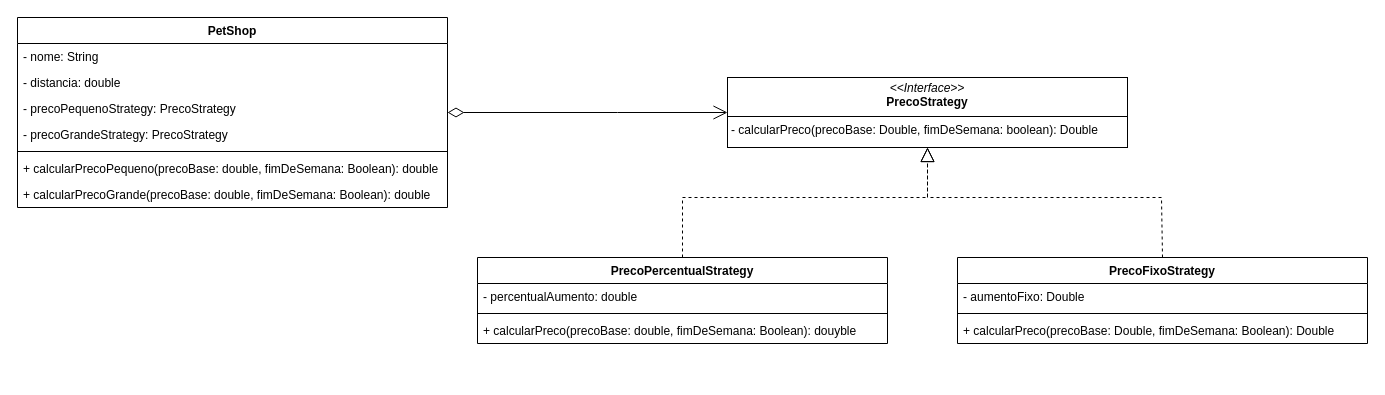
The draw.io diagram docs/diagrama.drawio in oarthurfc/petShop, before the edit. Source tidied: cells renumbered, new cells numbered last; positions are measured from the earlier drawing's top-left corner, leaving out a move shared by most shapes. Both pictures are drawn from the tidied source at 100%, with x=0, y=0 at pixel (17, 17).
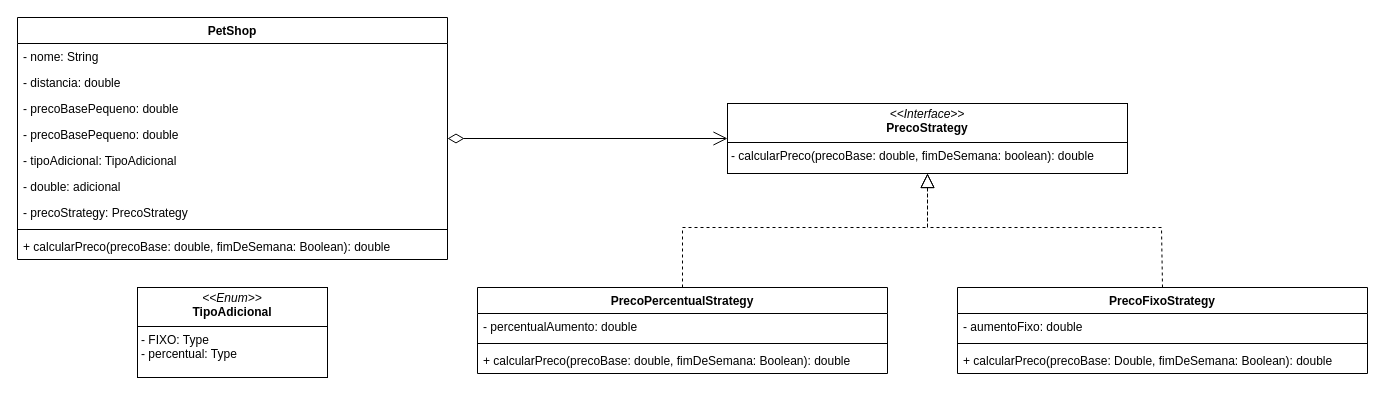
Above is the later version.

Diff of the diagram source:
```diff
@@
-    <mxCell id="2" value="&lt;p style=&quot;margin:0px;margin-top:4px;text-align:center;&quot;&gt;&lt;i&gt;&amp;lt;&amp;lt;Interface&amp;gt;&amp;gt;&lt;/i&gt;&lt;br&gt;&lt;b&gt;PrecoStrategy&lt;/b&gt;&lt;/p&gt;&lt;hr size=&quot;1&quot; style=&quot;border-style:solid;&quot;&gt;&lt;p style=&quot;margin:0px;margin-left:4px;&quot;&gt;- calcularPreco(precoBase: Double, fimDeSemana: boolean): Double&lt;br&gt;&lt;/p&gt;" style="verticalAlign=top;align=left;overflow=fill;html=1;whiteSpace=wrap;" parent="1" vertex="1">
-      <mxGeometry x="710" y="60" width="400" height="70" as="geometry" />
+    <mxCell id="2" value="&lt;p style=&quot;margin:0px;margin-top:4px;text-align:center;&quot;&gt;&lt;i&gt;&amp;lt;&amp;lt;Interface&amp;gt;&amp;gt;&lt;/i&gt;&lt;br&gt;&lt;b&gt;PrecoStrategy&lt;/b&gt;&lt;/p&gt;&lt;hr size=&quot;1&quot; style=&quot;border-style:solid;&quot;&gt;&lt;p style=&quot;margin:0px;margin-left:4px;&quot;&gt;- calcularPreco(precoBase: double, fimDeSemana: boolean): double&lt;br&gt;&lt;/p&gt;" style="verticalAlign=top;align=left;overflow=fill;html=1;whiteSpace=wrap;" parent="1" vertex="1">
+      <mxGeometry x="710" y="86" width="400" height="70" as="geometry" />
     </mxCell>
     <mxCell id="3" value="PrecoPercentualStrategy" style="swimlane;fontStyle=1;align=center;verticalAlign=top;horizontal=1;startSize=26;whiteSpace=wrap;html=1;" parent="1" vertex="1">
-      <mxGeometry x="460" y="240" width="410" height="86" as="geometry" />
+      <mxGeometry x="460" y="270" width="410" height="86" as="geometry" />
     </mxCell>
@@
-    <mxCell id="6" value="+ calcularPreco(precoBase: double, fimDeSemana: Boolean): douyble" style="text;strokeColor=none;fillColor=none;align=left;verticalAlign=top;spacingLeft=4;spacingRight=4;overflow=hidden;whiteSpace=wrap;html=1;" parent="3" vertex="1">
+    <mxCell id="6" value="+ calcularPreco(precoBase: double, fimDeSemana: Boolean): double" style="text;strokeColor=none;fillColor=none;align=left;verticalAlign=top;spacingLeft=4;spacingRight=4;overflow=hidden;whiteSpace=wrap;html=1;" parent="3" vertex="1">
       <mxGeometry y="60" width="410" height="26" as="geometry" />
     </mxCell>
     <mxCell id="7" value="PrecoFixoStrategy" style="swimlane;fontStyle=1;align=center;verticalAlign=top;horizontal=1;startSize=26;whiteSpace=wrap;html=1;" parent="1" vertex="1">
-      <mxGeometry x="940" y="240" width="410" height="86" as="geometry" />
+      <mxGeometry x="940" y="270" width="410" height="86" as="geometry" />
     </mxCell>
-    <mxCell id="8" value="&lt;span class=&quot;hljs-keyword&quot;&gt;-&lt;/span&gt;&amp;nbsp;aumentoFixo: D&lt;span class=&quot;hljs-type&quot;&gt;ouble&lt;/span&gt;" style="text;strokeColor=none;fillColor=none;align=left;verticalAlign=top;spacingLeft=4;spacingRight=4;overflow=hidden;whiteSpace=wrap;html=1;" parent="7" vertex="1">
+    <mxCell id="8" value="&lt;span class=&quot;hljs-keyword&quot;&gt;-&lt;/span&gt;&amp;nbsp;aumentoFixo: double" style="text;strokeColor=none;fillColor=none;align=left;verticalAlign=top;spacingLeft=4;spacingRight=4;overflow=hidden;whiteSpace=wrap;html=1;" parent="7" vertex="1">
       <mxGeometry y="26" width="410" height="26" as="geometry" />
     </mxCell>
@@
-    <mxCell id="10" value="+ calcularPreco(precoBase: Double, fimDeSemana: Boolean): Double" style="text;strokeColor=none;fillColor=none;align=left;verticalAlign=top;spacingLeft=4;spacingRight=4;overflow=hidden;whiteSpace=wrap;html=1;" parent="7" vertex="1">
+    <mxCell id="10" value="+ calcularPreco(precoBase: Double, fimDeSemana: Boolean): double" style="text;strokeColor=none;fillColor=none;align=left;verticalAlign=top;spacingLeft=4;spacingRight=4;overflow=hidden;whiteSpace=wrap;html=1;" parent="7" vertex="1">
       <mxGeometry y="60" width="410" height="26" as="geometry" />
     </mxCell>
     <mxCell id="11" style="endArrow=block;dashed=1;endFill=0;endSize=12;html=1;rounded=0;exitX=0.5;exitY=0;exitDx=0;exitDy=0;entryX=0.5;entryY=1;entryDx=0;entryDy=0;" parent="1" edge="1" source="3" target="2">
       <mxGeometry relative="1" as="geometry">
         <Array as="points">
-          <mxPoint x="665" y="180" />
-          <mxPoint x="910" y="180" />
+          <mxPoint x="665" y="210" />
+          <mxPoint x="910" y="210" />
         </Array>
       </mxGeometry>
     </mxCell>
     <mxCell id="12" style="endArrow=block;dashed=1;endFill=0;endSize=12;html=1;rounded=0;entryX=0.5;entryY=1;entryDx=0;entryDy=0;exitX=0.5;exitY=0;exitDx=0;exitDy=0;" parent="1" edge="1" source="7" target="2">
       <mxGeometry relative="1" as="geometry">
         <Array as="points">
-          <mxPoint x="1144" y="180" />
-          <mxPoint x="910" y="180" />
+          <mxPoint x="1144" y="210" />
+          <mxPoint x="910" y="210" />
         </Array>
       </mxGeometry>
     </mxCell>
     <mxCell id="13" value="PetShop" style="swimlane;fontStyle=1;align=center;verticalAlign=top;horizontal=1;startSize=26;whiteSpace=wrap;html=1;" parent="1" vertex="1">
-      <mxGeometry width="430" height="190" as="geometry" />
+      <mxGeometry width="430" height="242" as="geometry" />
     </mxCell>
@@
-    <mxCell id="16" value="- precoPequenoStrategy: PrecoStrategy" style="text;strokeColor=none;fillColor=none;align=left;verticalAlign=top;spacingLeft=4;spacingRight=4;overflow=hidden;whiteSpace=wrap;html=1;" parent="13" vertex="1">
+    <mxCell id="16" value="- precoBasePequeno: double" style="text;strokeColor=none;fillColor=none;align=left;verticalAlign=top;spacingLeft=4;spacingRight=4;overflow=hidden;whiteSpace=wrap;html=1;" parent="13" vertex="1">
       <mxGeometry y="78" width="430" height="26" as="geometry" />
     </mxCell>
-    <mxCell id="17" value="- precoGrandeStrategy: PrecoStrategy" style="text;strokeColor=none;fillColor=none;align=left;verticalAlign=top;spacingLeft=4;spacingRight=4;overflow=hidden;whiteSpace=wrap;html=1;" parent="13" vertex="1">
+    <mxCell id="17" value="- precoBasePequeno: double" style="text;strokeColor=none;fillColor=none;align=left;verticalAlign=top;spacingLeft=4;spacingRight=4;overflow=hidden;whiteSpace=wrap;html=1;" parent="13" vertex="1">
       <mxGeometry y="104" width="430" height="26" as="geometry" />
     </mxCell>
+    <mxCell id="22" value="- tipoAdicional: TipoAdicional" style="text;strokeColor=none;fillColor=none;align=left;verticalAlign=top;spacingLeft=4;spacingRight=4;overflow=hidden;whiteSpace=wrap;html=1;" parent="13" vertex="1">
+      <mxGeometry y="130" width="430" height="26" as="geometry" />
+    </mxCell>
+    <mxCell id="23" value="- double: adicional" style="text;strokeColor=none;fillColor=none;align=left;verticalAlign=top;spacingLeft=4;spacingRight=4;overflow=hidden;whiteSpace=wrap;html=1;" parent="13" vertex="1">
+      <mxGeometry y="156" width="430" height="26" as="geometry" />
+    </mxCell>
+    <mxCell id="24" value="- precoStrategy: PrecoStrategy" style="text;strokeColor=none;fillColor=none;align=left;verticalAlign=top;spacingLeft=4;spacingRight=4;overflow=hidden;whiteSpace=wrap;html=1;" parent="13" vertex="1">
+      <mxGeometry y="182" width="430" height="26" as="geometry" />
+    </mxCell>
     <mxCell id="18" style="line;strokeWidth=1;fillColor=none;align=left;verticalAlign=middle;spacingTop=-1;spacingLeft=3;spacingRight=3;labelPosition=right;strokeColor=inherit;" parent="13" vertex="1">
-      <mxGeometry y="130" width="430" height="8" as="geometry" />
+      <mxGeometry y="208" width="430" height="8" as="geometry" />
     </mxCell>
-    <mxCell id="19" value="+ calcularPrecoPequeno(precoBase: double, fimDeSemana: Boolean): double" style="text;strokeColor=none;fillColor=none;align=left;verticalAlign=top;spacingLeft=4;spacingRight=4;overflow=hidden;whiteSpace=wrap;html=1;" parent="13" vertex="1">
-      <mxGeometry y="138" width="430" height="26" as="geometry" />
+    <mxCell id="19" value="+ calcularPreco(precoBase: double, fimDeSemana: Boolean): double" style="text;strokeColor=none;fillColor=none;align=left;verticalAlign=top;spacingLeft=4;spacingRight=4;overflow=hidden;whiteSpace=wrap;html=1;" parent="13" vertex="1">
+      <mxGeometry y="216" width="430" height="26" as="geometry" />
     </mxCell>
-    <mxCell id="20" value="+ calcularPrecoGrande(precoBase: double, fimDeSemana: Boolean): double" style="text;strokeColor=none;fillColor=none;align=left;verticalAlign=top;spacingLeft=4;spacingRight=4;overflow=hidden;whiteSpace=wrap;html=1;" parent="13" vertex="1">
-      <mxGeometry y="164" width="430" height="26" as="geometry" />
-    </mxCell>
     <mxCell id="21" style="endArrow=open;html=1;endSize=12;startArrow=diamondThin;startSize=14;startFill=0;edgeStyle=orthogonalEdgeStyle;align=left;verticalAlign=bottom;rounded=0;" parent="1" edge="1" source="13" target="2">
-      <mxGeometry x="-1" y="3" relative="1" as="geometry">
-        <Array as="points">
-          <mxPoint x="600" y="95" />
-          <mxPoint x="600" y="95" />
-        </Array>
-      </mxGeometry>
+      <mxGeometry x="-1" y="3" relative="1" as="geometry" />
     </mxCell>
+    <mxCell id="25" value="&lt;p style=&quot;margin:0px;margin-top:4px;text-align:center;&quot;&gt;&lt;i&gt;&amp;lt;&amp;lt;Enum&amp;gt;&amp;gt;&lt;/i&gt;&lt;br&gt;&lt;b&gt;TipoAdicional&lt;/b&gt;&lt;/p&gt;&lt;hr size=&quot;1&quot; style=&quot;border-style:solid;&quot;&gt;&lt;p style=&quot;margin:0px;margin-left:4px;&quot;&gt;- FIXO: Type&lt;br&gt;- percentual: Type&lt;/p&gt;" style="verticalAlign=top;align=left;overflow=fill;html=1;whiteSpace=wrap;" parent="1" vertex="1">
+      <mxGeometry x="120" y="270" width="190" height="90" as="geometry" />
+    </mxCell>
```
